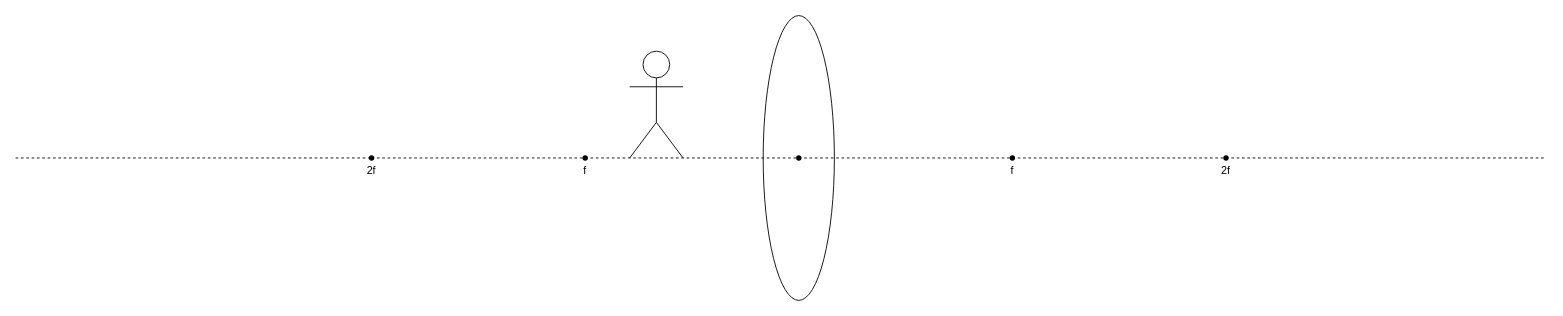
Before: 未命名绘图.drawio in Bluuur/draw.io, a draw.io diagram. Source tidied: cells renumbered, new cells numbered last; positions are measured from the earlier drawing's top-left corner, leaving out a move shared by most shapes. Both pictures are drawn from the tidied source at 89%, with x=0, y=0 at pixel (15, 15).
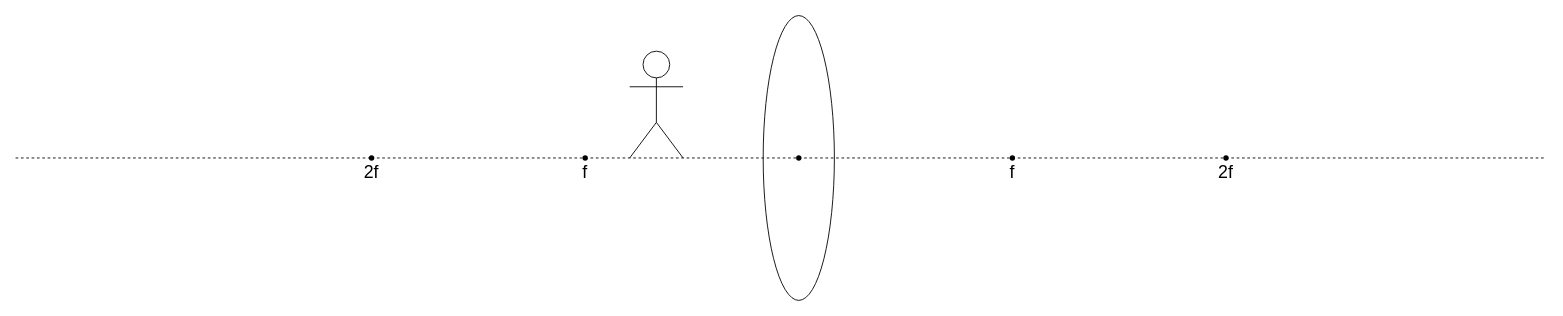
The same page after the edit.

Commit message:
更新未命名绘图.drawio

Diff of the diagram source:
```diff
@@
 <mxGraphModel>
   <root>
     <mxCell id="0" />
     <mxCell id="1" parent="0" />
     <mxCell id="2" style="endArrow=none;dashed=1;html=1;rounded=0;" parent="1" edge="1" source="8">
       <mxGeometry relative="1" as="geometry">
         <mxPoint x="1720" y="160" as="targetPoint" />
       </mxGeometry>
     </mxCell>
     <mxCell id="3" style="ellipse;whiteSpace=wrap;html=1;fillColor=none;" parent="1" vertex="1">
       <mxGeometry x="840" width="80" height="320" as="geometry" />
     </mxCell>
     <mxCell id="4" style="shape=waypoint;sketch=0;fillStyle=solid;size=6;fillColor=none;perimeter=centerPerimeter;" parent="1" vertex="1">
       <mxGeometry x="870" y="150" width="20" height="20" as="geometry" />
     </mxCell>
     <mxCell id="5" style="endArrow=none;dashed=1;html=1;rounded=0;" parent="1" edge="1" source="11" target="6">
       <mxGeometry relative="1" as="geometry" />
     </mxCell>
     <mxCell id="6" style="shape=waypoint;sketch=0;fillStyle=solid;size=6;points=[];fillColor=none;perimeter=centerPerimeter;snapToPoint=1;" parent="1" vertex="1">
       <mxGeometry x="1110" y="150" width="20" height="20" as="geometry" />
     </mxCell>
     <mxCell id="7" style="endArrow=none;dashed=1;html=1;rounded=0;" parent="1" edge="1" source="6" target="8">
       <mxGeometry relative="1" as="geometry" />
     </mxCell>
     <mxCell id="8" style="shape=waypoint;sketch=0;fillStyle=solid;size=6;points=[];fillColor=none;perimeter=centerPerimeter;snapToPoint=1;" parent="1" vertex="1">
       <mxGeometry x="1350" y="150" width="20" height="20" as="geometry" />
     </mxCell>
     <mxCell id="9" style="shape=waypoint;sketch=0;fillStyle=solid;size=6;fillColor=none;perimeter=centerPerimeter;" parent="1" vertex="1">
       <mxGeometry x="630" y="150" width="20" height="20" as="geometry" />
     </mxCell>
     <mxCell id="10" style="endArrow=none;dashed=1;html=1;rounded=0;" parent="1" edge="1" target="11">
       <mxGeometry relative="1" as="geometry">
         <mxPoint y="160" as="sourcePoint" />
       </mxGeometry>
     </mxCell>
     <mxCell id="11" style="shape=waypoint;sketch=0;fillStyle=solid;size=6;points=[];fillColor=none;perimeter=centerPerimeter;snapToPoint=1;" parent="1" vertex="1">
       <mxGeometry x="390" y="150" width="20" height="20" as="geometry" />
     </mxCell>
-    <mxCell id="12" value="2f" style="text;html=1;strokeColor=none;fillColor=none;align=center;verticalAlign=middle;whiteSpace=wrap;rounded=0;" parent="1" vertex="1">
+    <mxCell id="12" value="&lt;font style=&quot;font-size: 20px;&quot;&gt;2f&lt;/font&gt;" style="text;html=1;strokeColor=none;fillColor=none;align=center;verticalAlign=middle;whiteSpace=wrap;rounded=0;" parent="1" vertex="1">
       <mxGeometry x="385" y="170" width="30" height="10" as="geometry" />
     </mxCell>
-    <mxCell id="13" value="f" style="text;html=1;strokeColor=none;fillColor=none;align=center;verticalAlign=middle;whiteSpace=wrap;rounded=0;" parent="1" vertex="1">
+    <mxCell id="13" value="&lt;font style=&quot;font-size: 20px;&quot;&gt;f&lt;/font&gt;" style="text;html=1;strokeColor=none;fillColor=none;align=center;verticalAlign=middle;whiteSpace=wrap;rounded=0;" parent="1" vertex="1">
       <mxGeometry x="630" y="170" width="20" height="10" as="geometry" />
     </mxCell>
-    <mxCell id="14" value="f" style="text;html=1;strokeColor=none;fillColor=none;align=center;verticalAlign=middle;whiteSpace=wrap;rounded=0;" parent="1" vertex="1">
+    <mxCell id="14" value="&lt;font style=&quot;font-size: 20px;&quot;&gt;f&lt;/font&gt;" style="text;html=1;strokeColor=none;fillColor=none;align=center;verticalAlign=middle;whiteSpace=wrap;rounded=0;" parent="1" vertex="1">
       <mxGeometry x="1110" y="170" width="20" height="10" as="geometry" />
     </mxCell>
-    <mxCell id="15" value="2f" style="text;html=1;strokeColor=none;fillColor=none;align=center;verticalAlign=middle;whiteSpace=wrap;rounded=0;" parent="1" vertex="1">
+    <mxCell id="15" value="&lt;font style=&quot;font-size: 20px;&quot;&gt;2f&lt;/font&gt;" style="text;html=1;strokeColor=none;fillColor=none;align=center;verticalAlign=middle;whiteSpace=wrap;rounded=0;" parent="1" vertex="1">
       <mxGeometry x="1345" y="170" width="30" height="10" as="geometry" />
     </mxCell>
     <mxCell id="16" style="shape=umlActor;verticalLabelPosition=bottom;verticalAlign=top;html=1;fillColor=none;" parent="1" vertex="1">
       <mxGeometry x="690" y="40" width="60" height="120" as="geometry" />
     </mxCell>
   </root>
 </mxGraphModel>
```
